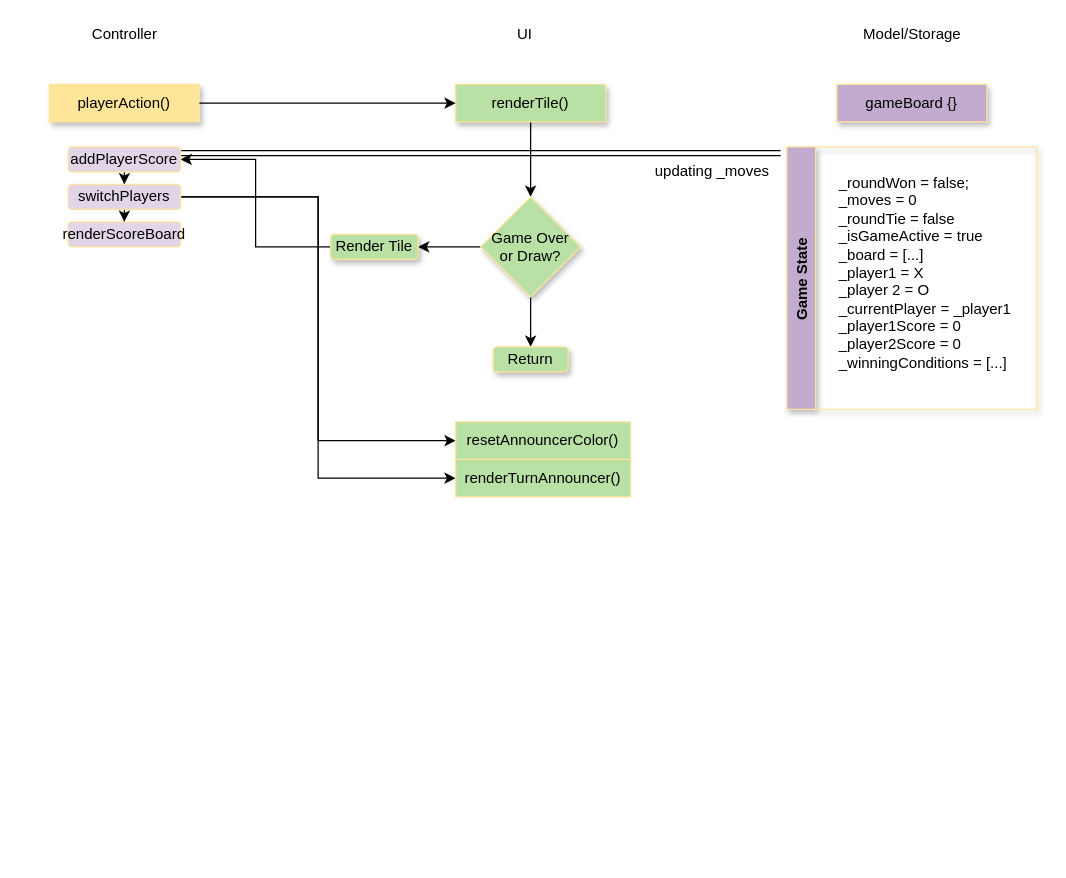
Earlier version of the draw.io diagram Tic Tac Toe.drawio (xyzuka/Tic-Tac-Toe). Source tidied: cells renumbered, new cells numbered last; positions are measured from the earlier drawing's top-left corner, leaving out a move shared by most shapes. Both pictures are drawn from the tidied source at 125%, with x=0, y=0 at pixel (49, 21).
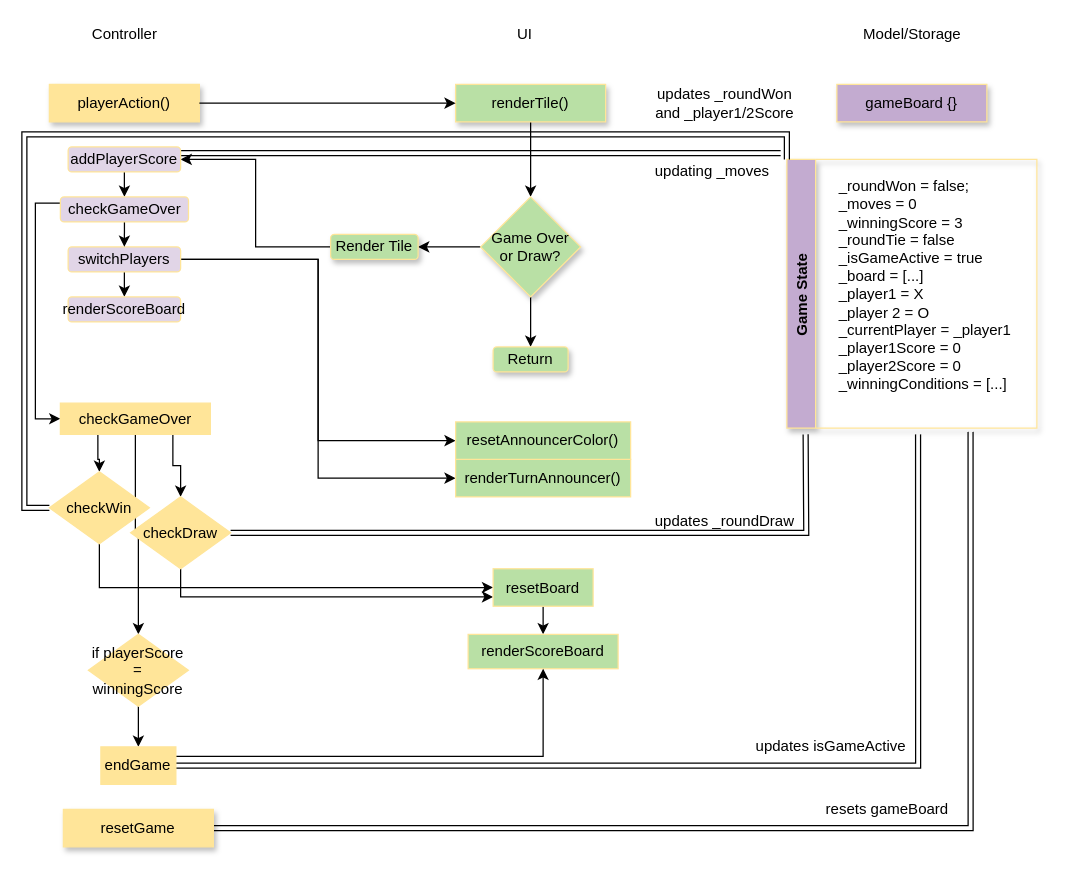
The same diagram, later.

Unchanged cells that the change refers to:
```xml
<mxCell id="20" value="addPlayerScore" style="rounded=1;whiteSpace=wrap;html=1;shadow=0;strokeColor=#FFE599;fillColor=#E1D5E7;" parent="1" vertex="1">
  <mxGeometry x="15" y="100" width="90" height="20" as="geometry" />
</mxCell>
```

Change to the diagram source:
```diff
@@
     <mxCell id="10" value="Game State" style="swimlane;horizontal=0;shadow=1;strokeColor=#FFE599;fillColor=#C3ABD0;" parent="1" vertex="1">
-      <mxGeometry x="590" y="100" width="200" height="210" as="geometry" />
+      <mxGeometry x="590" y="110" width="200" height="215" as="geometry" />
     </mxCell>
-    <mxCell id="11" value="&lt;div align=&quot;left&quot;&gt;_roundWon = false;&lt;/div&gt;&lt;div align=&quot;left&quot;&gt;_moves = 0&lt;/div&gt;&lt;div align=&quot;left&quot;&gt;_roundTie = false&lt;/div&gt;&lt;div align=&quot;left&quot;&gt;_isGameActive = true&lt;/div&gt;&lt;div align=&quot;left&quot;&gt;_board = [...]&lt;/div&gt;&lt;div align=&quot;left&quot;&gt;_player1 = X&lt;/div&gt;&lt;div align=&quot;left&quot;&gt;_player 2 = O&lt;/div&gt;&lt;div align=&quot;left&quot;&gt;_currentPlayer = _player1&lt;/div&gt;&lt;div align=&quot;left&quot;&gt;_player1Score = 0&lt;/div&gt;&lt;div align=&quot;left&quot;&gt;_player2Score = 0&lt;/div&gt;&lt;div align=&quot;left&quot;&gt;_winningConditions = [...]&lt;br&gt;&lt;/div&gt;&lt;div align=&quot;left&quot;&gt;&lt;br&gt;&lt;/div&gt;&lt;div align=&quot;left&quot;&gt;&lt;br&gt;&lt;/div&gt;" style="text;html=1;align=left;verticalAlign=middle;points=[];strokeColor=none;fillColor=none;" parent="10" vertex="1">
-      <mxGeometry x="40" y="20" width="150" height="190" as="geometry" />
+    <mxCell id="11" value="&lt;div align=&quot;left&quot;&gt;_roundWon = false;&lt;/div&gt;&lt;div align=&quot;left&quot;&gt;_moves = 0&lt;/div&gt;&lt;div align=&quot;left&quot;&gt;_winningScore = 3&lt;br&gt;&lt;/div&gt;&lt;div align=&quot;left&quot;&gt;_roundTie = false&lt;/div&gt;&lt;div align=&quot;left&quot;&gt;_isGameActive = true&lt;/div&gt;&lt;div align=&quot;left&quot;&gt;_board = [...]&lt;/div&gt;&lt;div align=&quot;left&quot;&gt;_player1 = X&lt;/div&gt;&lt;div align=&quot;left&quot;&gt;_player 2 = O&lt;/div&gt;&lt;div align=&quot;left&quot;&gt;_currentPlayer = _player1&lt;/div&gt;&lt;div align=&quot;left&quot;&gt;_player1Score = 0&lt;/div&gt;&lt;div align=&quot;left&quot;&gt;_player2Score = 0&lt;/div&gt;&lt;div align=&quot;left&quot;&gt;_winningConditions = [...]&lt;br&gt;&lt;/div&gt;&lt;div align=&quot;left&quot;&gt;&lt;br&gt;&lt;/div&gt;&lt;div align=&quot;left&quot;&gt;&lt;br&gt;&lt;/div&gt;" style="text;html=1;align=left;verticalAlign=middle;points=[];strokeColor=none;fillColor=none;" parent="10" vertex="1">
+      <mxGeometry x="40" y="15" width="150" height="200" as="geometry" />
     </mxCell>
@@
-    <mxCell id="18" style="edgeStyle=orthogonalEdgeStyle;rounded=0;jettySize=auto;html=1;entryX=0.5;entryY=0;entryDx=0;entryDy=0;" parent="1" edge="1" source="20" target="24">
-      <mxGeometry relative="1" as="geometry" />
-    </mxCell>
@@
+    <mxCell id="29" style="edgeStyle=orthogonalEdgeStyle;rounded=0;jettySize=auto;html=1;exitX=0.5;exitY=1;exitDx=0;exitDy=0;entryX=0.5;entryY=0;entryDx=0;entryDy=0;elbow=vertical;" parent="1" edge="1" source="20" target="32">
+      <mxGeometry relative="1" as="geometry" />
+    </mxCell>
@@
-    <mxCell id="21" style="edgeStyle=orthogonalEdgeStyle;rounded=0;jettySize=auto;html=1;" parent="1" edge="1" source="24" target="25">
-      <mxGeometry relative="1" as="geometry" />
-    </mxCell>
@@
+    <mxCell id="21" style="edgeStyle=orthogonalEdgeStyle;rounded=0;jettySize=auto;html=1;exitX=0.5;exitY=1;exitDx=0;exitDy=0;entryX=0.5;entryY=0;entryDx=0;entryDy=0;elbow=vertical;" parent="1" edge="1" source="24" target="25">
+      <mxGeometry relative="1" as="geometry" />
+    </mxCell>
     <mxCell id="24" value="switchPlayers" style="rounded=1;whiteSpace=wrap;html=1;shadow=0;strokeColor=#FFE599;fillColor=#E1D5E7;" parent="1" vertex="1">
-      <mxGeometry x="15" y="130" width="90" height="20" as="geometry" />
+      <mxGeometry x="15" y="180" width="90" height="20" as="geometry" />
     </mxCell>
     <mxCell id="25" value="renderScoreBoard" style="whiteSpace=wrap;html=1;fillColor=#E1D5E7;strokeColor=#FFE599;rounded=1;shadow=0;" parent="1" vertex="1">
-      <mxGeometry x="15" y="160" width="90" height="20" as="geometry" />
+      <mxGeometry x="15" y="220" width="90" height="20" as="geometry" />
     </mxCell>
@@
+    <mxCell id="30" style="edgeStyle=orthogonalEdgeStyle;rounded=0;jettySize=auto;html=1;exitX=0.5;exitY=1;exitDx=0;exitDy=0;entryX=0.5;entryY=0;entryDx=0;entryDy=0;elbow=vertical;" parent="1" edge="1" source="32" target="24">
+      <mxGeometry relative="1" as="geometry" />
+    </mxCell>
+    <mxCell id="31" style="edgeStyle=orthogonalEdgeStyle;rounded=0;jettySize=auto;html=1;exitX=0;exitY=0.25;exitDx=0;exitDy=0;entryX=0;entryY=0.5;entryDx=0;entryDy=0;elbow=vertical;" parent="1" edge="1" source="32" target="36">
+      <mxGeometry relative="1" as="geometry" />
+    </mxCell>
+    <mxCell id="32" value="checkGameOver" style="whiteSpace=wrap;html=1;fillColor=#E1D5E7;strokeColor=#FFE599;rounded=1;shadow=0;" parent="1" vertex="1">
+      <mxGeometry x="8.8" y="140" width="102.5" height="20" as="geometry" />
+    </mxCell>
+    <mxCell id="33" style="edgeStyle=orthogonalEdgeStyle;rounded=0;jettySize=auto;html=1;elbow=vertical;exitX=0.25;exitY=1;exitDx=0;exitDy=0;" parent="1" edge="1" source="36" target="39">
+      <mxGeometry relative="1" as="geometry" />
+    </mxCell>
+    <mxCell id="34" style="edgeStyle=orthogonalEdgeStyle;rounded=0;jettySize=auto;html=1;exitX=0.75;exitY=1;exitDx=0;exitDy=0;elbow=vertical;" parent="1" edge="1" source="36" target="42">
+      <mxGeometry relative="1" as="geometry" />
+    </mxCell>
+    <mxCell id="35" style="edgeStyle=orthogonalEdgeStyle;rounded=0;jettySize=auto;html=1;elbow=vertical;entryX=0.5;entryY=0;entryDx=0;entryDy=0;" parent="1" edge="1" source="36" target="49">
+      <mxGeometry relative="1" as="geometry" />
+    </mxCell>
+    <mxCell id="36" value="checkGameOver" style="rounded=0;whiteSpace=wrap;html=1;shadow=0;strokeColor=#FFE599;fillColor=#FFE599;" parent="1" vertex="1">
+      <mxGeometry x="8.8" y="305" width="120" height="25" as="geometry" />
+    </mxCell>
+    <mxCell id="37" style="edgeStyle=orthogonalEdgeStyle;rounded=0;jettySize=auto;html=1;exitX=0;exitY=0.5;exitDx=0;exitDy=0;entryX=0;entryY=0;entryDx=0;entryDy=0;elbow=vertical;shape=link;" parent="1" edge="1" source="39" target="10">
+      <mxGeometry relative="1" as="geometry" />
+    </mxCell>
+    <mxCell id="38" style="edgeStyle=orthogonalEdgeStyle;rounded=0;jettySize=auto;html=1;exitX=0.5;exitY=1;exitDx=0;exitDy=0;entryX=0;entryY=0.5;entryDx=0;entryDy=0;elbow=vertical;" parent="1" edge="1" source="39" target="46">
+      <mxGeometry relative="1" as="geometry" />
+    </mxCell>
+    <mxCell id="39" value="checkWin" style="rhombus;whiteSpace=wrap;html=1;fillColor=#FFE599;strokeColor=#FFE599;rounded=0;shadow=0;" parent="1" vertex="1">
+      <mxGeometry y="360" width="80" height="57.5" as="geometry" />
+    </mxCell>
+    <mxCell id="40" style="edgeStyle=orthogonalEdgeStyle;shape=link;rounded=0;jettySize=auto;html=1;exitX=1;exitY=0.5;exitDx=0;exitDy=0;elbow=vertical;" parent="1" edge="1" source="42">
+      <mxGeometry relative="1" as="geometry">
+        <mxPoint x="605" y="330" as="targetPoint" />
+      </mxGeometry>
+    </mxCell>
+    <mxCell id="41" style="edgeStyle=orthogonalEdgeStyle;rounded=0;jettySize=auto;html=1;exitX=0.5;exitY=1;exitDx=0;exitDy=0;entryX=0;entryY=0.75;entryDx=0;entryDy=0;elbow=vertical;" parent="1" edge="1" source="42" target="46">
+      <mxGeometry relative="1" as="geometry" />
+    </mxCell>
+    <mxCell id="42" value="checkDraw" style="rhombus;whiteSpace=wrap;html=1;fillColor=#FFE599;strokeColor=#FFE599;rounded=0;shadow=0;" parent="1" vertex="1">
+      <mxGeometry x="65" y="380" width="80" height="57.5" as="geometry" />
+    </mxCell>
+    <mxCell id="43" value="&lt;div&gt;updates _roundWon&lt;/div&gt;&lt;div&gt;and _player1/2Score&lt;br&gt;&lt;/div&gt;" style="text;html=1;align=center;verticalAlign=middle;fillColor=none;strokeColor=none;rounded=0;shadow=0;" parent="1" vertex="1">
+      <mxGeometry x="475" y="50" width="130" height="30" as="geometry" />
+    </mxCell>
+    <mxCell id="44" value="updates _roundDraw" style="text;html=1;align=center;verticalAlign=middle;fillColor=none;strokeColor=none;rounded=0;shadow=0;" parent="1" vertex="1">
+      <mxGeometry x="475" y="390" width="130" height="20" as="geometry" />
+    </mxCell>
+    <mxCell id="45" style="edgeStyle=orthogonalEdgeStyle;rounded=0;jettySize=auto;html=1;elbow=vertical;" parent="1" edge="1" source="46" target="47">
+      <mxGeometry relative="1" as="geometry" />
+    </mxCell>
+    <mxCell id="46" value="resetBoard" style="rounded=0;whiteSpace=wrap;html=1;shadow=0;strokeColor=#FFE599;fillColor=#B9E0A5;" parent="1" vertex="1">
+      <mxGeometry x="355" y="437.5" width="80" height="30" as="geometry" />
+    </mxCell>
+    <mxCell id="47" value="renderScoreBoard" style="whiteSpace=wrap;html=1;fillColor=#B9E0A5;strokeColor=#FFE599;rounded=0;shadow=0;" parent="1" vertex="1">
+      <mxGeometry x="335" y="490" width="120" height="27.5" as="geometry" />
+    </mxCell>
+    <mxCell id="48" style="edgeStyle=orthogonalEdgeStyle;rounded=0;jettySize=auto;html=1;elbow=vertical;" parent="1" edge="1" source="49" target="52">
+      <mxGeometry relative="1" as="geometry" />
+    </mxCell>
+    <mxCell id="49" value="if playerScore = winningScore" style="rhombus;whiteSpace=wrap;html=1;fillColor=#FFE599;strokeColor=#FFE599;rounded=0;shadow=0;" parent="1" vertex="1">
+      <mxGeometry x="31.2" y="490" width="80" height="57.5" as="geometry" />
+    </mxCell>
+    <mxCell id="50" style="edgeStyle=orthogonalEdgeStyle;rounded=0;jettySize=auto;html=1;exitX=1;exitY=0.5;exitDx=0;exitDy=0;entryX=0.433;entryY=1.025;entryDx=0;entryDy=0;entryPerimeter=0;elbow=vertical;shape=link;" parent="1" edge="1" source="52" target="11">
+      <mxGeometry relative="1" as="geometry" />
+    </mxCell>
+    <mxCell id="51" style="edgeStyle=orthogonalEdgeStyle;rounded=0;jettySize=auto;html=1;exitX=1;exitY=0.25;exitDx=0;exitDy=0;entryX=0.5;entryY=1;entryDx=0;entryDy=0;elbow=vertical;" parent="1" edge="1" source="52" target="47">
+      <mxGeometry relative="1" as="geometry" />
+    </mxCell>
+    <mxCell id="52" value="endGame" style="whiteSpace=wrap;html=1;fillColor=#FFE599;strokeColor=#FFE599;rounded=0;shadow=0;" parent="1" vertex="1">
+      <mxGeometry x="41.2" y="580" width="60" height="30" as="geometry" />
+    </mxCell>
+    <mxCell id="53" value="updates isGameActive" style="text;html=1;align=center;verticalAlign=middle;fillColor=none;strokeColor=none;rounded=0;shadow=0;" parent="1" vertex="1">
+      <mxGeometry x="555" y="570" width="140" height="20" as="geometry" />
+    </mxCell>
+    <mxCell id="54" style="edgeStyle=orthogonalEdgeStyle;rounded=0;jettySize=auto;html=1;exitX=1;exitY=0.5;exitDx=0;exitDy=0;entryX=0.713;entryY=1.015;entryDx=0;entryDy=0;entryPerimeter=0;elbow=vertical;shape=link;" parent="1" edge="1" source="55" target="11">
+      <mxGeometry relative="1" as="geometry" />
+    </mxCell>
+    <mxCell id="55" value="resetGame" style="rounded=0;whiteSpace=wrap;html=1;shadow=1;strokeColor=#FFE599;fillColor=#FFE599;" parent="1" vertex="1">
+      <mxGeometry x="11.2" y="630" width="120" height="30" as="geometry" />
+    </mxCell>
+    <mxCell id="56" value="resets gameBoard" style="text;html=1;align=center;verticalAlign=middle;fillColor=none;strokeColor=none;rounded=0;shadow=0;" parent="1" vertex="1">
+      <mxGeometry x="615" y="620" width="110" height="20" as="geometry" />
+    </mxCell>
```
